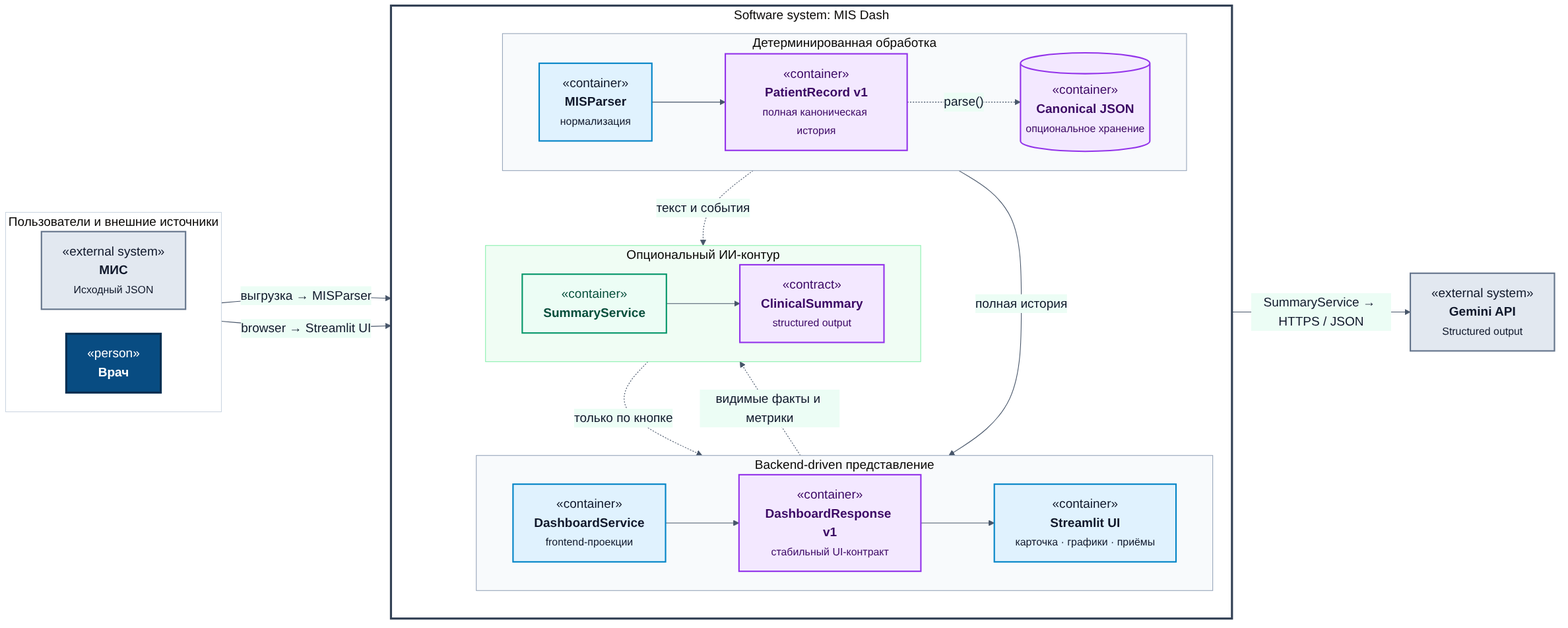
rsul07/MISDash keeps this Mermaid diagram as docs/report/diagrams/rendered/02-c4-containers.png. Above is the earlier version. Its source is kept beside it as docs/report/diagrams/src/02-c4-containers.mmd.
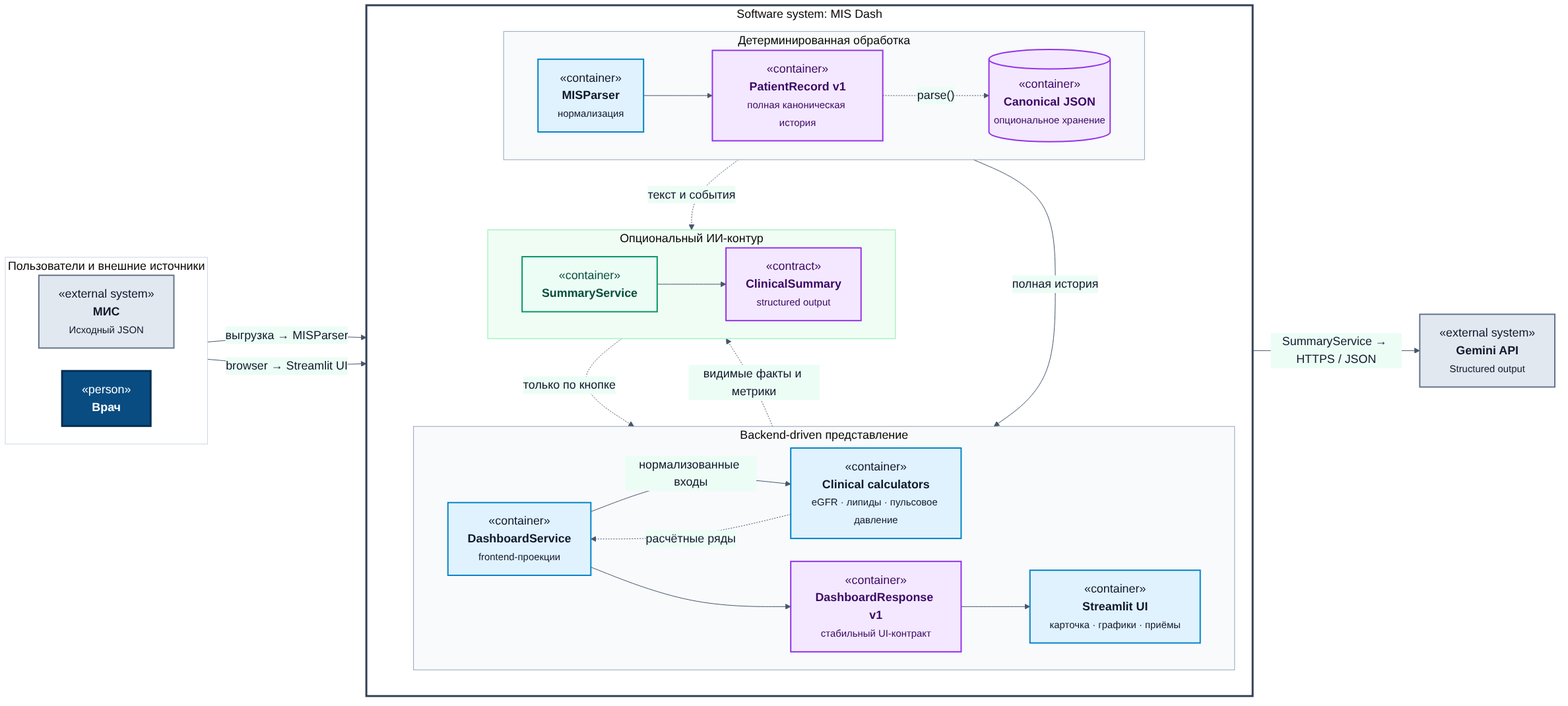
The same file after the commit.

Change to the diagram source:
```diff
@@ -20,8 +20,11 @@
         subgraph delivery["Backend-driven представление"]
             direction LR
             backend["«container»<br/><b>DashboardService</b><br/><small>frontend-проекции</small>"]
+            calculators["«container»<br/><b>Clinical calculators</b><br/><small>eGFR · липиды · пульсовое давление</small>"]
             response["«container»<br/><b>DashboardResponse v1</b><br/><small>стабильный UI-контракт</small>"]
             web["«container»<br/><b>Streamlit UI</b><br/><small>карточка · графики · приёмы</small>"]
+            backend -->|"нормализованные входы"| calculators
+            calculators -. "расчётные ряды" .-> backend
             backend --> response --> web
         end
 
@@ -50,7 +53,7 @@
     classDef ai fill:#ecfdf5,stroke:#059669,color:#064e3b,stroke-width:2px;
     classDef external fill:#e2e8f0,stroke:#64748b,color:#0f172a,stroke-width:2px;
     class doctor person;
-    class parser,backend,web internal;
+    class parser,backend,calculators,web internal;
     class record,response,storage,airesult contract;
     class summary ai;
     class mis,gemini external;
```
